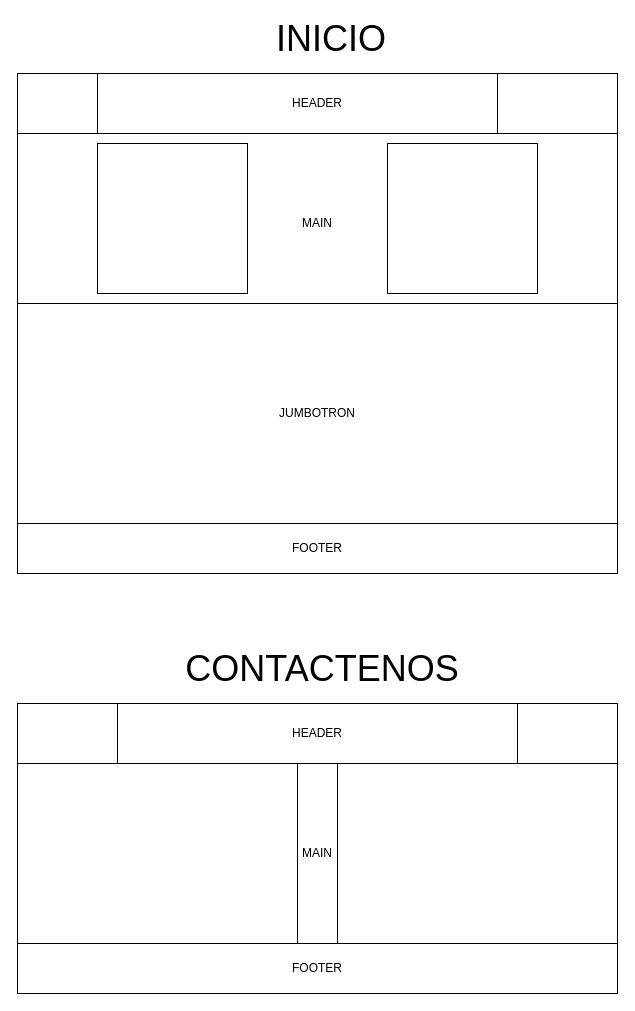
Cristhianjohanr/proyecto-web-estetica keeps this draw.io diagram as Prototipo landing.drawio. Above is the earlier version. Source tidied: cells renumbered, new cells numbered last; positions are measured from the earlier drawing's top-left corner, leaving out a move shared by most shapes. Both pictures are drawn from the tidied source at 100%, with x=0, y=0 at pixel (17, 23).
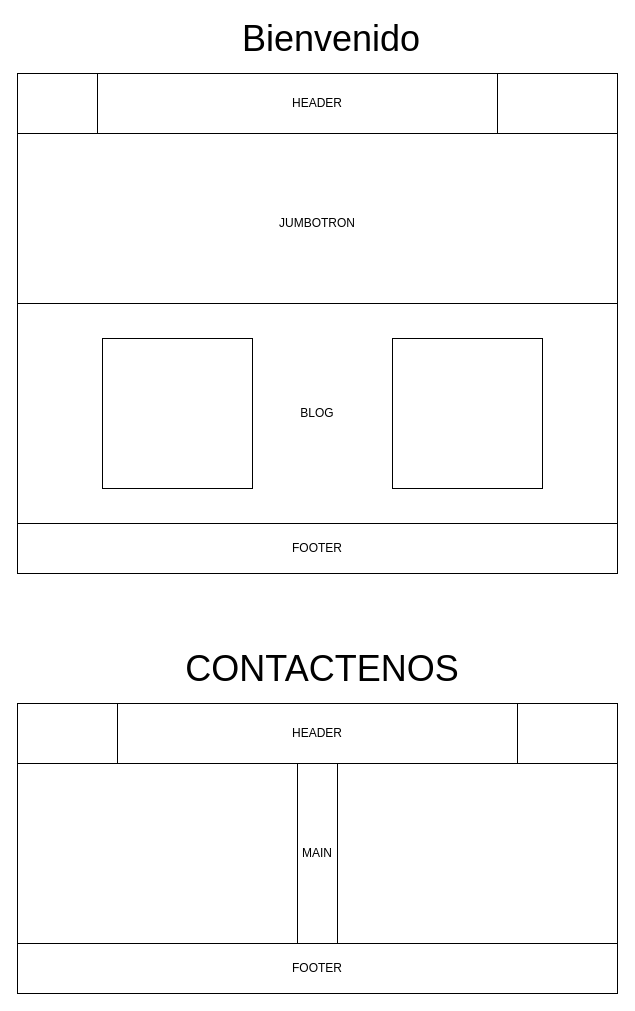
Above is the later version.

The edit, as a diff of the source:
```diff
@@
 <mxGraphModel>
   <root>
     <mxCell id="0" />
     <mxCell id="1" parent="0" />
     <mxCell id="2" value="HEADER" style="rounded=0;whiteSpace=wrap;html=1;" parent="1" vertex="1">
       <mxGeometry y="50" width="600" height="60" as="geometry" />
     </mxCell>
     <mxCell id="3" value="FOOTER" style="rounded=0;whiteSpace=wrap;html=1;" parent="1" vertex="1">
       <mxGeometry y="500" width="600" height="50" as="geometry" />
     </mxCell>
     <mxCell id="4" style="rounded=0;whiteSpace=wrap;html=1;" parent="1" vertex="1">
       <mxGeometry y="50" width="80" height="60" as="geometry" />
     </mxCell>
     <mxCell id="5" style="whiteSpace=wrap;html=1;" parent="1" vertex="1">
       <mxGeometry x="480" y="50" width="120" height="60" as="geometry" />
     </mxCell>
-    <mxCell id="6" value="MAIN" style="rounded=0;whiteSpace=wrap;html=1;" parent="1" vertex="1">
+    <mxCell id="6" value="JUMBOTRON" style="rounded=0;whiteSpace=wrap;html=1;" parent="1" vertex="1">
       <mxGeometry y="110" width="600" height="180" as="geometry" />
     </mxCell>
-    <mxCell id="7" style="whiteSpace=wrap;html=1;" parent="1" vertex="1">
-      <mxGeometry x="80" y="120" width="150" height="150" as="geometry" />
-    </mxCell>
-    <mxCell id="8" style="whiteSpace=wrap;html=1;" parent="1" vertex="1">
-      <mxGeometry x="370" y="120" width="150" height="150" as="geometry" />
-    </mxCell>
-    <mxCell id="9" value="JUMBOTRON" style="rounded=0;whiteSpace=wrap;html=1;" parent="1" vertex="1">
+    <mxCell id="9" value="BLOG" style="rounded=0;whiteSpace=wrap;html=1;" parent="1" vertex="1">
       <mxGeometry y="280" width="600" height="220" as="geometry" />
     </mxCell>
     <mxCell id="10" value="HEADER" style="rounded=0;whiteSpace=wrap;html=1;" parent="1" vertex="1">
       <mxGeometry y="680" width="600" height="60" as="geometry" />
     </mxCell>
     <mxCell id="11" value="FOOTER" style="rounded=0;whiteSpace=wrap;html=1;" parent="1" vertex="1">
       <mxGeometry y="920" width="600" height="50" as="geometry" />
     </mxCell>
     <mxCell id="12" style="rounded=0;whiteSpace=wrap;html=1;" parent="1" vertex="1">
       <mxGeometry y="680" width="100" height="60" as="geometry" />
     </mxCell>
     <mxCell id="13" style="whiteSpace=wrap;html=1;" parent="1" vertex="1">
       <mxGeometry x="500" y="680" width="100" height="60" as="geometry" />
     </mxCell>
     <mxCell id="14" value="MAIN" style="rounded=0;whiteSpace=wrap;html=1;" parent="1" vertex="1">
       <mxGeometry y="740" width="600" height="180" as="geometry" />
     </mxCell>
     <mxCell id="15" value="&lt;font style=&quot;font-size: 36px;&quot;&gt;CONTACTENOS&lt;/font&gt;" style="text;html=1;strokeColor=none;fillColor=none;align=center;verticalAlign=middle;whiteSpace=wrap;rounded=0;" parent="1" vertex="1">
       <mxGeometry x="290" y="630" width="30" height="30" as="geometry" />
     </mxCell>
-    <mxCell id="16" value="&lt;font style=&quot;font-size: 36px;&quot;&gt;INICIO&lt;/font&gt;" style="text;html=1;strokeColor=none;fillColor=none;align=center;verticalAlign=middle;whiteSpace=wrap;rounded=0;" parent="1" vertex="1">
+    <mxCell id="16" value="&lt;font style=&quot;font-size: 36px;&quot;&gt;Bienvenido&lt;br&gt;&lt;/font&gt;" style="text;html=1;strokeColor=none;fillColor=none;align=center;verticalAlign=middle;whiteSpace=wrap;rounded=0;" parent="1" vertex="1">
       <mxGeometry x="302" width="24" height="30" as="geometry" />
     </mxCell>
     <mxCell id="17" style="rounded=0;whiteSpace=wrap;html=1;" parent="1" vertex="1">
       <mxGeometry y="740" width="280" height="180" as="geometry" />
     </mxCell>
     <mxCell id="18" style="rounded=0;whiteSpace=wrap;html=1;" parent="1" vertex="1">
       <mxGeometry x="320" y="740" width="280" height="180" as="geometry" />
     </mxCell>
+    <mxCell id="19" style="whiteSpace=wrap;html=1;" parent="1" vertex="1">
+      <mxGeometry x="85" y="315" width="150" height="150" as="geometry" />
+    </mxCell>
+    <mxCell id="20" style="whiteSpace=wrap;html=1;" parent="1" vertex="1">
+      <mxGeometry x="375" y="315" width="150" height="150" as="geometry" />
+    </mxCell>
   </root>
 </mxGraphModel>
```
